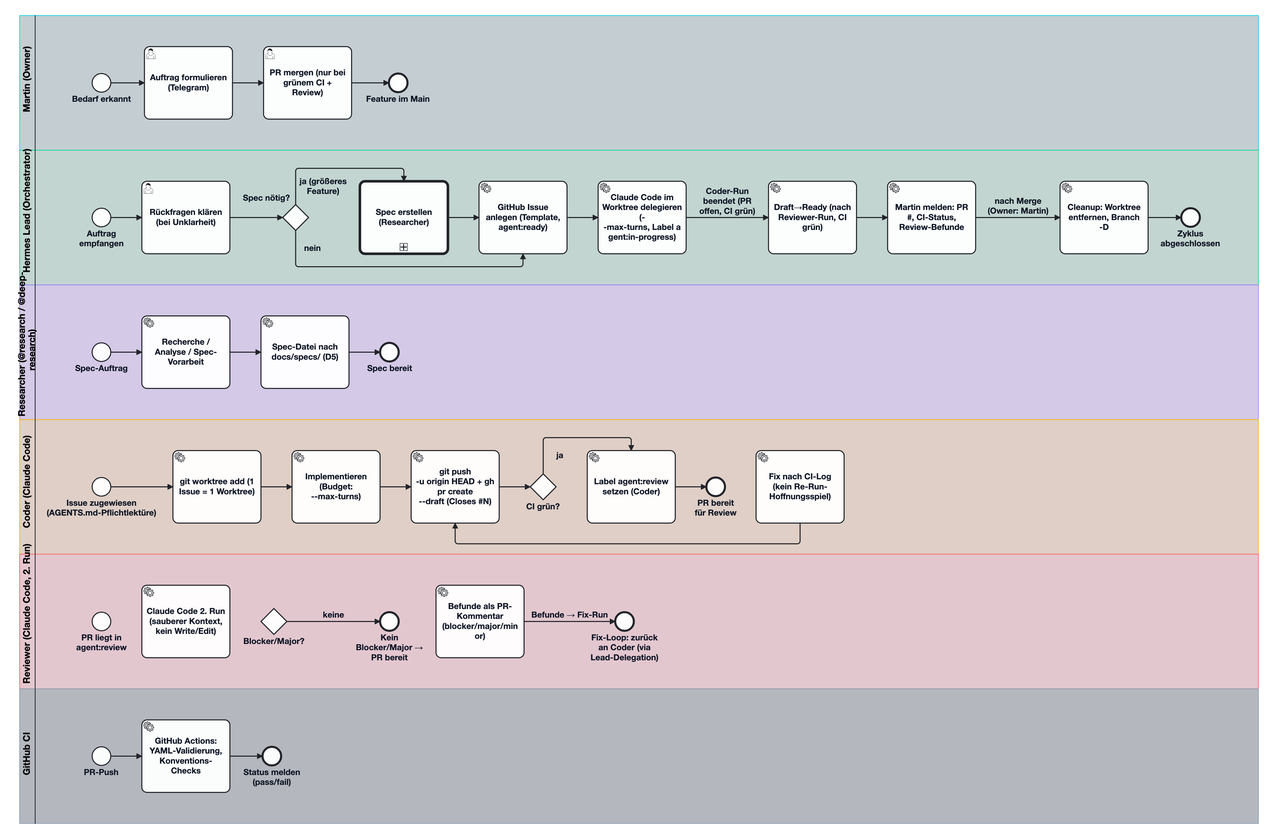
The BPMN diagram docs/workflow.png in martinvidec/oa-sandbox-agents, before a commit. Its source is kept beside it as docs/workflow.bpmn. Ids are renumbered.
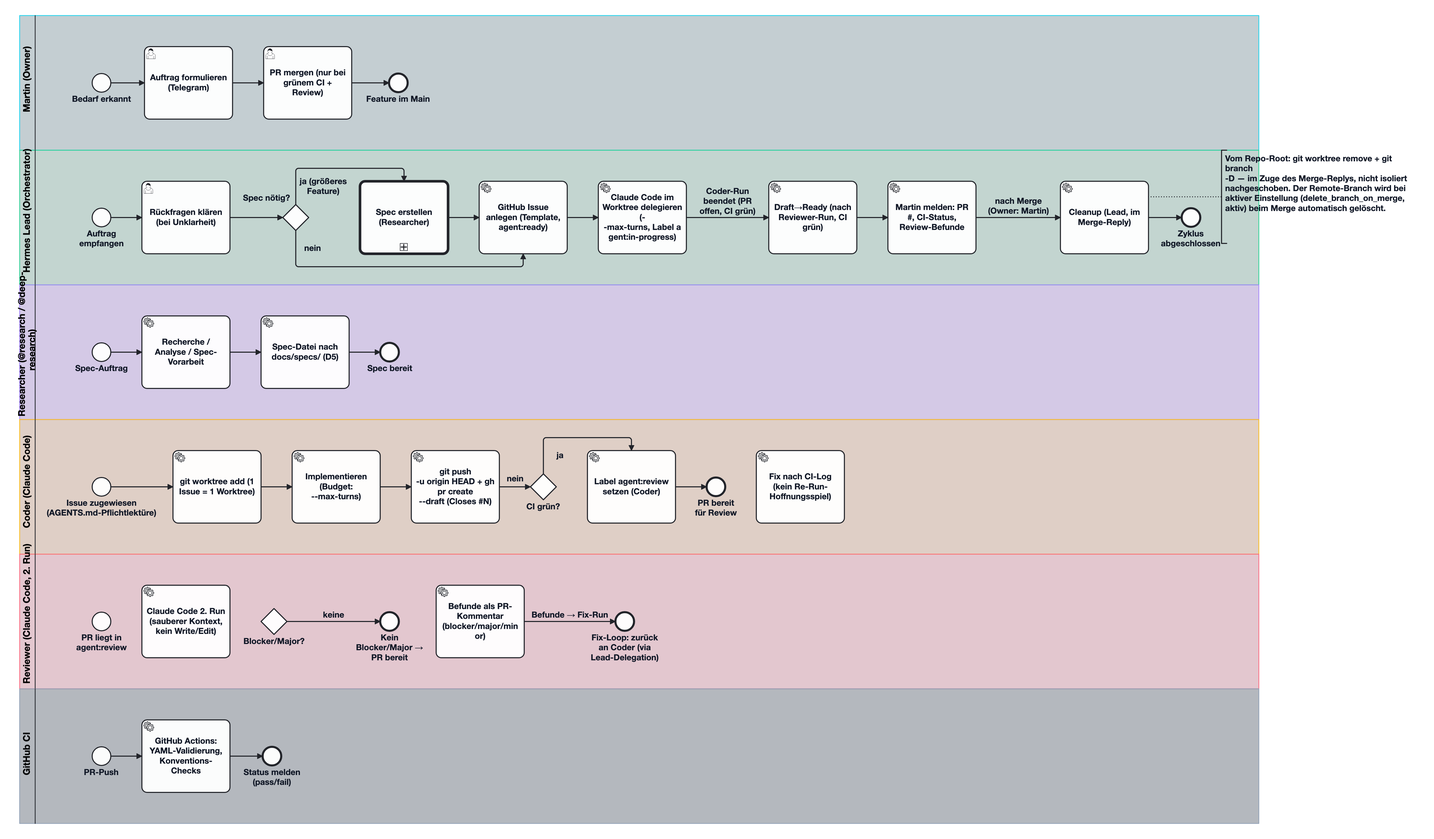
The same diagram one commit later.

Commit message:
docs: BPMN Cleanup-Schritt — Task-Benennung + TextAnnotation (Closes #52) (#53)

Diff of the diagram source:
```diff
@@ -56,7 +56,7 @@
     <bpmn:serviceTask id="Task_Delegieren" name="Claude Code im Worktree delegieren (--max-turns, Label agent:in-progress)" />
     <bpmn:serviceTask id="Task_DraftReady" name="Draft→Ready (nach Reviewer-Run, CI grün)" />
     <bpmn:serviceTask id="Task_Melden" name="Martin melden: PR #, CI-Status, Review-Befunde" />
-    <bpmn:serviceTask id="Task_Cleanup" name="Cleanup: Worktree entfernen, Branch -D" />
+    <bpmn:serviceTask id="Task_Cleanup" name="Cleanup (Lead, im Merge-Reply)" />
     <bpmn:endEvent id="EndEvent_LeadFertig" name="Zyklus abgeschlossen" />
 
     <bpmn:sequenceFlow id="Flow_L1" sourceRef="StartEvent_LeadEmpfang" targetRef="Task_Klaeren" />
@@ -69,6 +69,11 @@
     <bpmn:sequenceFlow id="Flow_L8" sourceRef="Task_DraftReady" targetRef="Task_Melden" />
     <bpmn:sequenceFlow id="Flow_L9" sourceRef="Task_Melden" targetRef="Task_Cleanup" name="nach Merge (Owner: Martin)" />
     <bpmn:sequenceFlow id="Flow_L10" sourceRef="Task_Cleanup" targetRef="EndEvent_LeadFertig" />
+
+    <bpmn:textAnnotation id="TextAnnotation_Cleanup">
+      <bpmn:text>Vom Repo-Root: git worktree remove + git branch -D — im Zuge des Merge-Replys, nicht isoliert nachgeschoben. Der Remote-Branch wird bei aktiver Einstellung (delete_branch_on_merge, aktiv) beim Merge automatisch gelöscht.</bpmn:text>
+    </bpmn:textAnnotation>
+    <bpmn:association id="Association_Cleanup" sourceRef="Task_Cleanup" targetRef="TextAnnotation_Cleanup" />
   </bpmn:process>
 
   <!-- ================= RESEARCHER ================= -->
@@ -96,7 +101,7 @@
     <bpmn:sequenceFlow id="Flow_C2" sourceRef="Task_Worktree" targetRef="Task_Implement" />
     <bpmn:sequenceFlow id="Flow_C3" sourceRef="Task_Implement" targetRef="Task_PR" />
     <bpmn:sequenceFlow id="Flow_C4" sourceRef="Task_PR" targetRef="Gateway_CIGruen" />
-    <bpmn:sequenceFlow id="Flow_C4" sourceRef="Gateway_CIGruen" targetRef="Task_FixNach" name="nein" />
+    <bpmn:sequenceFlow id="Flow_C5" sourceRef="Gateway_CIGruen" targetRef="Task_FixNach" name="nein" />
     <bpmn:sequenceFlow id="Flow_C5" sourceRef="Task_FixNach" targetRef="Task_PR" />
     <bpmn:sequenceFlow id="Flow_C6" sourceRef="Gateway_CIGruen" targetRef="Task_LabelReview" name="ja" />
     <bpmn:sequenceFlow id="Flow_C7" sourceRef="Task_LabelReview" targetRef="EndEvent_Coder" />
@@ -197,6 +202,9 @@
       </bpmndi:BPMNShape>
       <bpmndi:BPMNShape id="Task_Cleanup_di" bpmnElement="Task_Cleanup">
         <dc:Bounds x="2029" y="360" width="170" height="140" />
+      </bpmndi:BPMNShape>
+      <bpmndi:BPMNShape id="TextAnnotation_Cleanup_di" bpmnElement="TextAnnotation_Cleanup">
+        <dc:Bounds x="2340" y="300" width="380" height="180" />
       </bpmndi:BPMNShape>
       <bpmndi:BPMNShape id="EndEvent_LeadFertig_di" bpmnElement="EndEvent_LeadFertig">
         <dc:Bounds x="2263" y="412" width="36" height="36" />
@@ -336,6 +344,10 @@
         <di:waypoint x="2199" y="430" />
         <di:waypoint x="2263" y="430" />
       </bpmndi:BPMNEdge>
+      <bpmndi:BPMNEdge id="Association_Cleanup_di" bpmnElement="Association_Cleanup">
+        <di:waypoint x="2199" y="390" />
+        <di:waypoint x="2340" y="390" />
+      </bpmndi:BPMNEdge>
       <bpmndi:BPMNEdge id="Flow_R1_di" bpmnElement="Flow_R1">
         <di:waypoint x="196" y="690" />
         <di:waypoint x="256" y="690" />
@@ -360,7 +372,7 @@
         <di:waypoint x="716" y="950" />
         <di:waypoint x="776" y="950" />
       </bpmndi:BPMNEdge>
-      <bpmndi:BPMNEdge id="Flow_C4_di" bpmnElement="Flow_C4">
+      <bpmndi:BPMNEdge id="Flow_C5_di" bpmnElement="Flow_C5">
         <di:waypoint x="946" y="950" />
         <di:waypoint x="1006" y="950" />
       </bpmndi:BPMNEdge>
```
